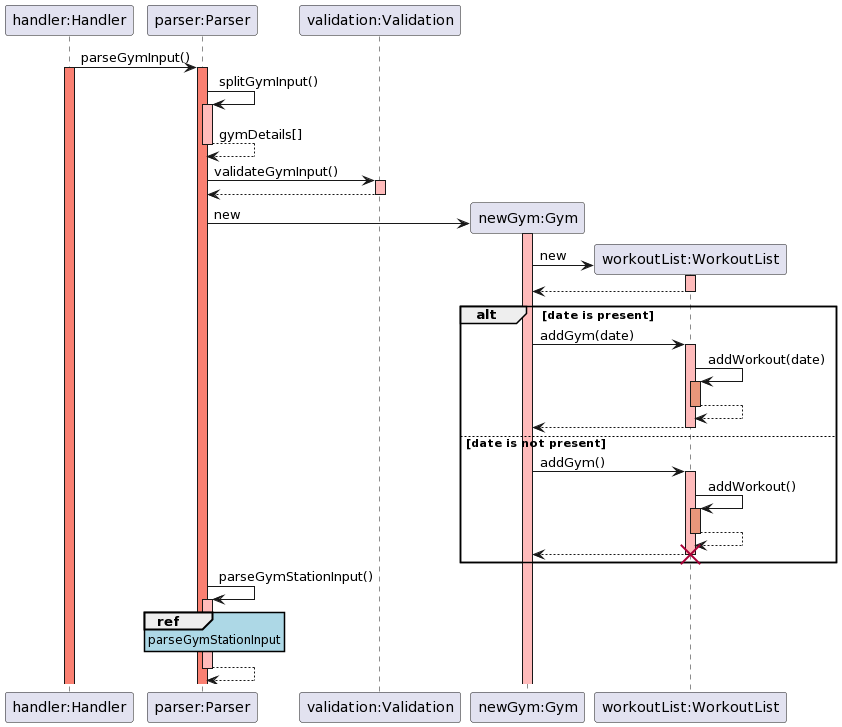
This is docs/img/sequence_diagrams/gym_overall_sequence_diagram.png from rouvinerh/tp, a PlantUML export, as it was before one commit.
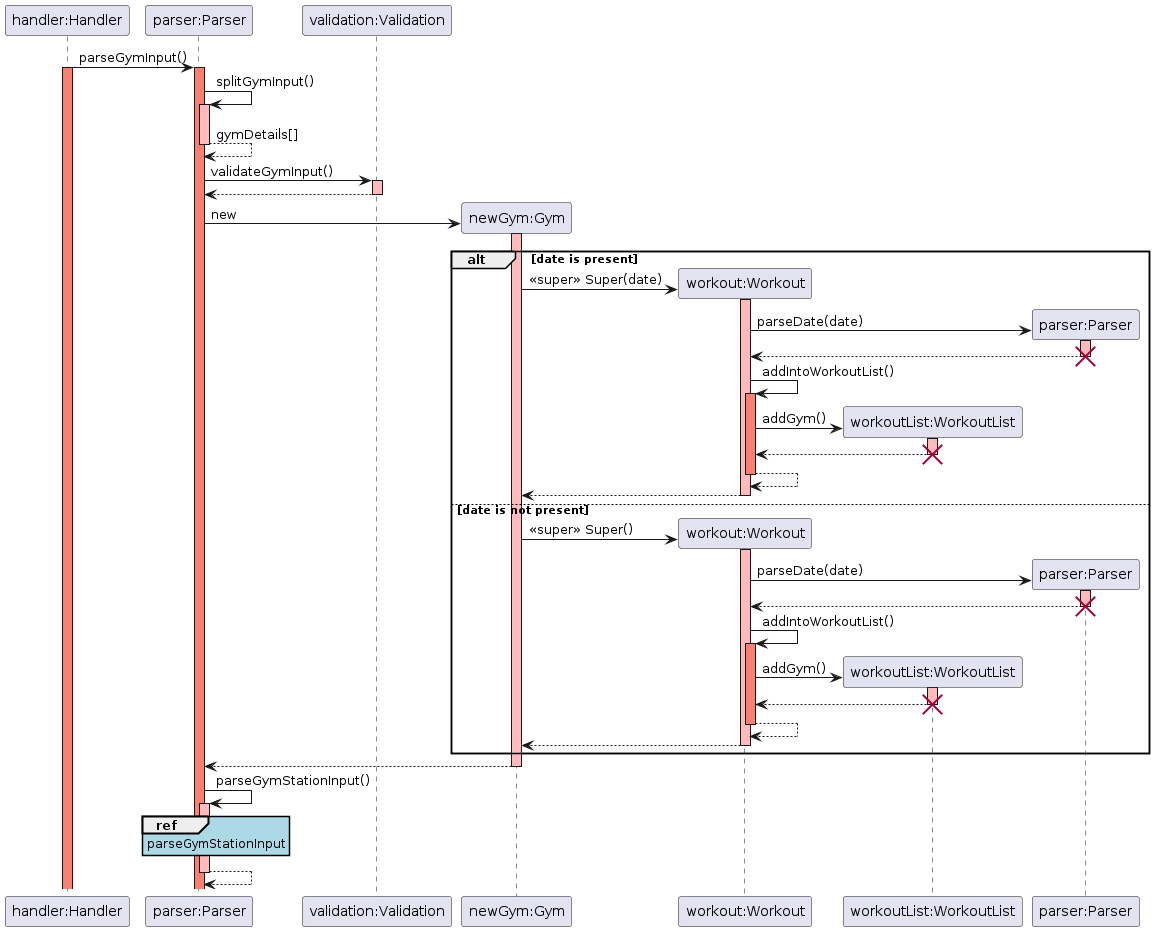
After the change.

Commit message:
modify seq diagram

What changed in the source:
```diff
@@ -4,8 +4,10 @@
 participant "handler:Handler" as Handler
 participant "parser:Parser" as Parser
 participant "validation:Validation" as Validation
-participant "newGym:Gym" as Run
+participant "newGym:Gym" as Gym
+participant "workout:Workout" as Workout
 participant "workoutList:WorkoutList" as WorkoutList
+participant "parser:Parser" as newParser
 
 Handler -> Parser: parseGymInput()
 activate Handler #salmon
@@ -21,34 +23,59 @@
 Validation --> Parser:
 deactivate Validation
 
-Parser -> Run **: new
-activate Run #FFBBBB
-Run -> WorkoutList **: new
-activate WorkoutList #FFBBBB
-WorkoutList --> Run:
-deactivate WorkoutList #FFBBBB
+Parser -> Gym **: new
+
+
 
 alt date is present
-    Run -> WorkoutList: addGym(date)
+    activate Gym #FFBBBB
+    Gym -> Workout **: <<super>> Super(date)
+    activate Workout #FFBBBB
+    Workout -> newParser **: parseDate(date)
+    activate newParser #FFBBBB
+    newParser --> Workout:
+    deactivate newParser #FFBBBB
+    destroy newParser
+
+    Workout -> Workout: addIntoWorkoutList()
+    activate Workout #salmon
+    Workout -> WorkoutList **: addGym()
     activate WorkoutList #FFBBBB
-    WorkoutList -> WorkoutList: addWorkout(date)
-    activate WorkoutList #DarkSalmon
-    WorkoutList --> WorkoutList:
-    deactivate WorkoutList #DarkSalmon
-    WorkoutList --> Run:
+    WorkoutList --> Workout:
     deactivate WorkoutList #FFBBBB
+    destroy WorkoutList
+
+    Workout --> Workout :
+    deactivate Workout #Salmon
+
+    Workout --> Gym:
+    deactivate Workout #FFBBBB
 
 else date is not present
-    Run -> WorkoutList: addGym()
+    Gym -> Workout **: <<super>> Super()
+    activate Workout #FFBBBB
+    Workout -> newParser **: parseDate(date)
+    activate newParser #FFBBBB
+    newParser --> Workout:
+    deactivate newParser #FFBBBB
+    destroy newParser
+
+    Workout -> Workout: addIntoWorkoutList()
+    activate Workout #salmon
+    Workout -> WorkoutList **: addGym()
     activate WorkoutList #FFBBBB
-    WorkoutList -> WorkoutList: addWorkout()
-    activate WorkoutList #DarkSalmon
-    WorkoutList --> WorkoutList:
-    deactivate WorkoutList #DarkSalmon
-    WorkoutList --> Run:
+    WorkoutList --> Workout:
     deactivate WorkoutList #FFBBBB
     destroy WorkoutList
+
+    Workout --> Workout :
+    deactivate Workout #Salmon
+
+    Workout --> Gym:
+    deactivate Workout #FFBBBB
 end
+Gym --> Parser:
+deactivate Gym #FFBBBB
 
 Parser -> Parser: parseGymStationInput()
 activate Parser #FFBBBB
```
